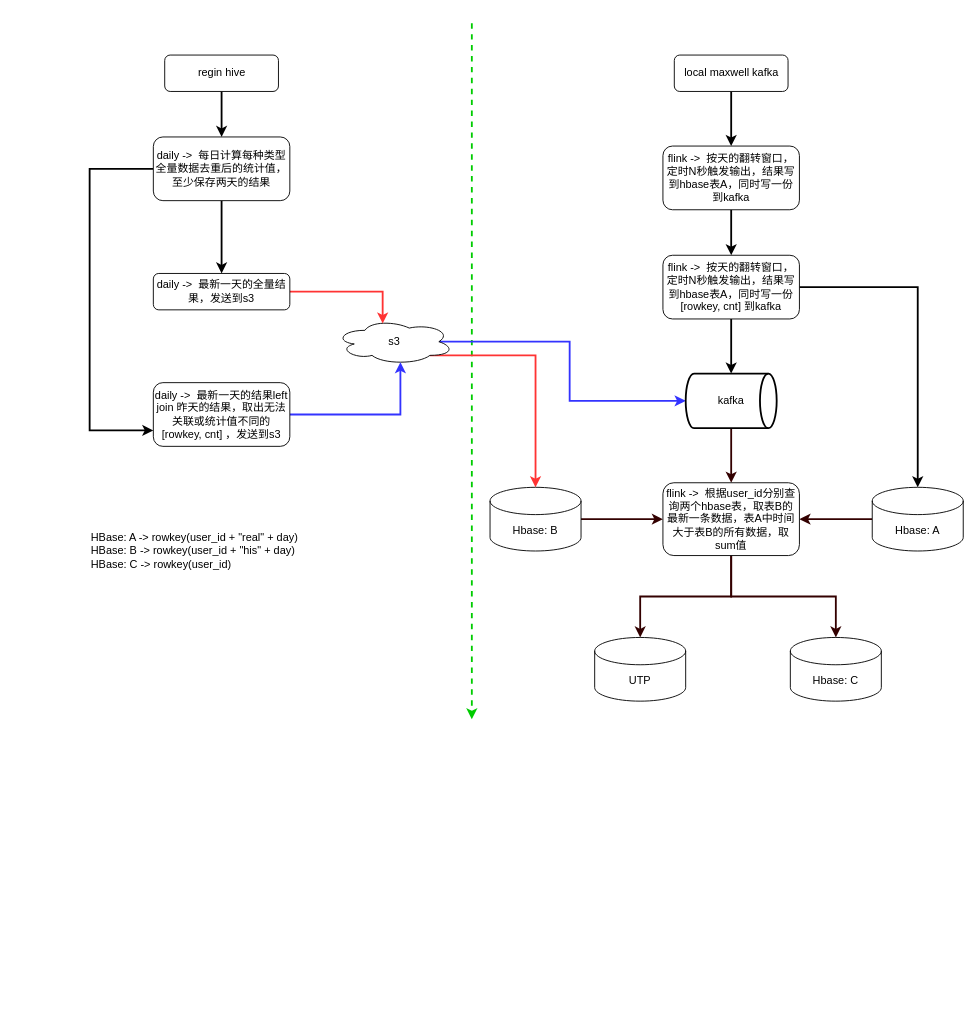
Above: 未命名绘图.drawio in LadyTao/flink-study (draw.io), before the change. Source tidied: cells renumbered, new cells numbered last; positions are measured from the earlier drawing's top-left corner, leaving out a move shared by most shapes. Both pictures are drawn from the tidied source at 91%, with x=0, y=0 at pixel (80, 23).
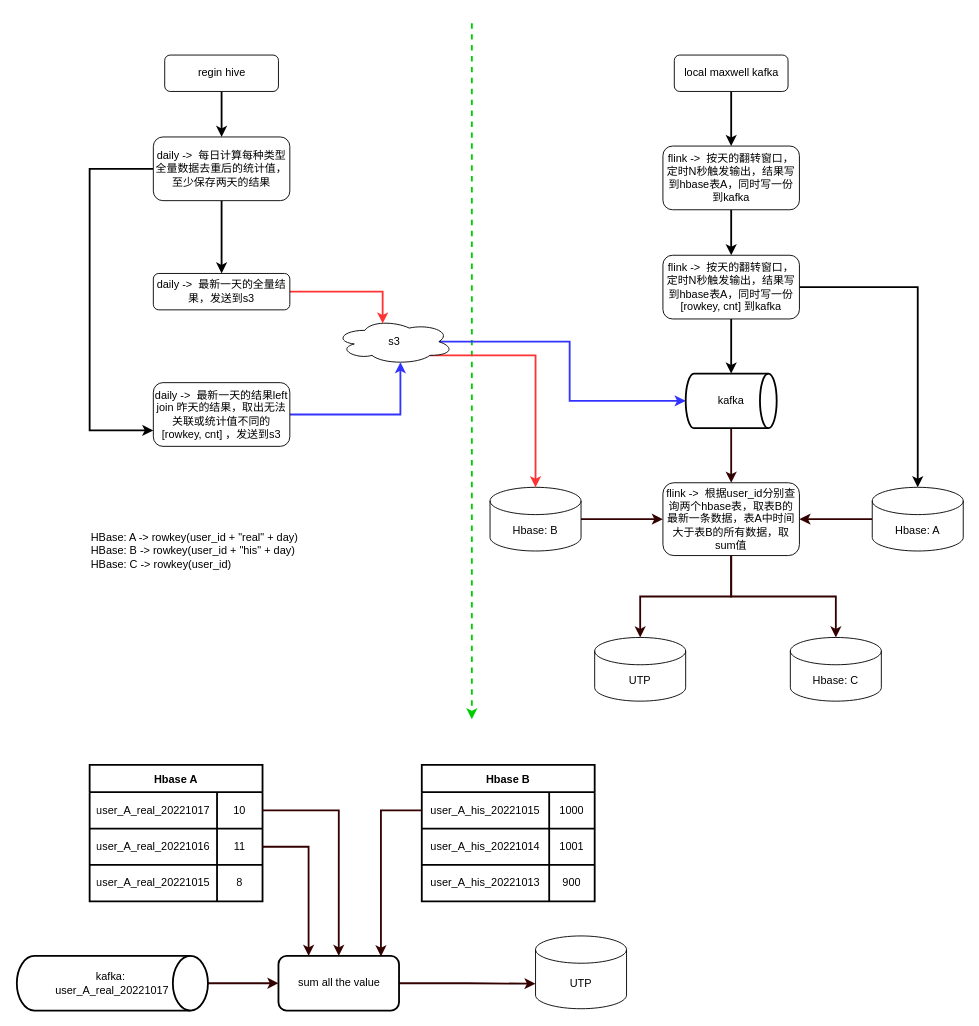
Above is the later version.

Commit message:
更新未命名绘图.drawio

What changed in the source:
```diff
@@
+    <mxCell id="34" value="Hbase A" style="shape=table;startSize=30;childLayout=tableLayout;fontStyle=1;align=center;strokeWidth=2;" parent="1" vertex="1">
+      <mxGeometry x="10" y="815" width="190" height="150" as="geometry" />
+    </mxCell>
+    <mxCell id="35" style="shape=tableRow;horizontal=0;startSize=0;swimlaneHead=0;swimlaneBody=0;top=0;left=0;bottom=0;right=0;fillColor=none;points=[[0,0.5],[1,0.5]];portConstraint=eastwest;strokeWidth=2;" parent="34" vertex="1">
+      <mxGeometry y="30" width="190" height="40" as="geometry" />
+    </mxCell>
+    <mxCell id="36" value="user_A_real_20221017" style="shape=partialRectangle;html=1;whiteSpace=wrap;fillColor=none;top=0;left=0;bottom=0;right=0;overflow=hidden;strokeWidth=2;" parent="35" vertex="1">
+      <mxGeometry width="140" height="40" as="geometry" />
+    </mxCell>
+    <mxCell id="37" value="10" style="shape=partialRectangle;html=1;whiteSpace=wrap;fillColor=none;top=0;left=0;bottom=0;right=0;overflow=hidden;strokeWidth=2;" parent="35" vertex="1">
+      <mxGeometry x="140" width="50" height="40" as="geometry" />
+    </mxCell>
+    <mxCell id="38" style="shape=tableRow;horizontal=0;startSize=0;swimlaneHead=0;swimlaneBody=0;top=0;left=0;bottom=0;right=0;fillColor=none;points=[[0,0.5],[1,0.5]];portConstraint=eastwest;strokeWidth=2;" parent="34" vertex="1">
+      <mxGeometry y="70" width="190" height="40" as="geometry" />
+    </mxCell>
+    <mxCell id="39" value="user_A_real_20221016" style="shape=partialRectangle;html=1;whiteSpace=wrap;fillColor=none;top=0;left=0;bottom=0;right=0;overflow=hidden;strokeWidth=2;" parent="38" vertex="1">
+      <mxGeometry width="140" height="40" as="geometry" />
+    </mxCell>
+    <mxCell id="40" value="11" style="shape=partialRectangle;html=1;whiteSpace=wrap;fillColor=none;top=0;left=0;bottom=0;right=0;overflow=hidden;strokeWidth=2;" parent="38" vertex="1">
+      <mxGeometry x="140" width="50" height="40" as="geometry" />
+    </mxCell>
+    <mxCell id="41" style="shape=tableRow;horizontal=0;startSize=0;swimlaneHead=0;swimlaneBody=0;top=0;left=0;bottom=0;right=0;fillColor=none;strokeWidth=2;" parent="34" vertex="1">
+      <mxGeometry y="110" width="190" height="40" as="geometry" />
+    </mxCell>
+    <mxCell id="42" value="user_A_real_20221015" style="shape=partialRectangle;html=1;whiteSpace=wrap;fillColor=none;top=0;left=0;bottom=0;right=0;overflow=hidden;strokeWidth=2;" parent="41" vertex="1">
+      <mxGeometry width="140" height="40" as="geometry" />
+    </mxCell>
+    <mxCell id="43" value="8" style="shape=partialRectangle;html=1;whiteSpace=wrap;fillColor=none;top=0;left=0;bottom=0;right=0;overflow=hidden;strokeWidth=2;" parent="41" vertex="1">
+      <mxGeometry x="140" width="50" height="40" as="geometry" />
+    </mxCell>
+    <mxCell id="44" style="edgeStyle=orthogonalEdgeStyle;rounded=0;orthogonalLoop=1;jettySize=auto;html=1;exitX=1;exitY=0.5;exitDx=0;exitDy=0;dashed=1;strokeColor=#00CC00;strokeWidth=2;" parent="34" edge="1" source="38" target="38">
+      <mxGeometry relative="1" as="geometry" />
+    </mxCell>
+    <mxCell id="45" value="Hbase B" style="shape=table;startSize=30;childLayout=tableLayout;fontStyle=1;align=center;strokeWidth=2;" parent="1" vertex="1">
+      <mxGeometry x="375" y="815" width="190" height="150" as="geometry" />
+    </mxCell>
+    <mxCell id="46" style="shape=tableRow;horizontal=0;startSize=0;swimlaneHead=0;swimlaneBody=0;top=0;left=0;bottom=0;right=0;fillColor=none;points=[[0,0.5],[1,0.5]];portConstraint=eastwest;strokeWidth=2;" parent="45" vertex="1">
+      <mxGeometry y="30" width="190" height="40" as="geometry" />
+    </mxCell>
+    <mxCell id="47" value="user_A_his_20221015" style="shape=partialRectangle;html=1;whiteSpace=wrap;fillColor=none;top=0;left=0;bottom=0;right=0;overflow=hidden;strokeWidth=2;" parent="46" vertex="1">
+      <mxGeometry width="140" height="40" as="geometry" />
+    </mxCell>
+    <mxCell id="48" value="1000" style="shape=partialRectangle;html=1;whiteSpace=wrap;fillColor=none;top=0;left=0;bottom=0;right=0;overflow=hidden;strokeWidth=2;" parent="46" vertex="1">
+      <mxGeometry x="140" width="50" height="40" as="geometry" />
+    </mxCell>
+    <mxCell id="49" style="shape=tableRow;horizontal=0;startSize=0;swimlaneHead=0;swimlaneBody=0;top=0;left=0;bottom=0;right=0;fillColor=none;points=[[0,0.5],[1,0.5]];portConstraint=eastwest;strokeWidth=2;" parent="45" vertex="1">
+      <mxGeometry y="70" width="190" height="40" as="geometry" />
+    </mxCell>
+    <mxCell id="50" value="user_A_his_20221014" style="shape=partialRectangle;html=1;whiteSpace=wrap;fillColor=none;top=0;left=0;bottom=0;right=0;overflow=hidden;strokeWidth=2;" parent="49" vertex="1">
+      <mxGeometry width="140" height="40" as="geometry" />
+    </mxCell>
+    <mxCell id="51" value="1001" style="shape=partialRectangle;html=1;whiteSpace=wrap;fillColor=none;top=0;left=0;bottom=0;right=0;overflow=hidden;strokeWidth=2;" parent="49" vertex="1">
+      <mxGeometry x="140" width="50" height="40" as="geometry" />
+    </mxCell>
+    <mxCell id="52" style="shape=tableRow;horizontal=0;startSize=0;swimlaneHead=0;swimlaneBody=0;top=0;left=0;bottom=0;right=0;fillColor=none;strokeWidth=2;" parent="45" vertex="1">
+      <mxGeometry y="110" width="190" height="40" as="geometry" />
+    </mxCell>
+    <mxCell id="53" value="user_A_his_20221013" style="shape=partialRectangle;html=1;whiteSpace=wrap;fillColor=none;top=0;left=0;bottom=0;right=0;overflow=hidden;strokeWidth=2;" parent="52" vertex="1">
+      <mxGeometry width="140" height="40" as="geometry" />
+    </mxCell>
+    <mxCell id="54" value="900" style="shape=partialRectangle;html=1;whiteSpace=wrap;fillColor=none;top=0;left=0;bottom=0;right=0;overflow=hidden;strokeWidth=2;" parent="52" vertex="1">
+      <mxGeometry x="140" width="50" height="40" as="geometry" />
+    </mxCell>
+    <mxCell id="55" style="edgeStyle=orthogonalEdgeStyle;rounded=0;orthogonalLoop=1;jettySize=auto;html=1;exitX=1;exitY=0.5;exitDx=0;exitDy=0;dashed=1;strokeColor=#00CC00;strokeWidth=2;" parent="45" edge="1" source="49" target="49">
+      <mxGeometry relative="1" as="geometry" />
+    </mxCell>
+    <mxCell id="56" style="edgeStyle=orthogonalEdgeStyle;rounded=0;jettySize=auto;html=1;exitX=1;exitY=0.5;exitDx=0;exitDy=0;entryX=0;entryY=0;entryDx=0;entryDy=52.5;entryPerimeter=0;strokeColor=#330000;strokeWidth=2;" parent="1" edge="1" source="57" target="63">
+      <mxGeometry relative="1" as="geometry" />
+    </mxCell>
+    <mxCell id="57" value="sum all the value" style="rounded=1;whiteSpace=wrap;html=1;strokeWidth=2;" parent="1" vertex="1">
+      <mxGeometry x="217.5" y="1025" width="132.5" height="60" as="geometry" />
+    </mxCell>
+    <mxCell id="58" style="edgeStyle=orthogonalEdgeStyle;rounded=0;jettySize=auto;html=1;exitX=0;exitY=0.5;exitDx=0;exitDy=0;entryX=0.85;entryY=0.008;entryDx=0;entryDy=0;entryPerimeter=0;strokeColor=#330000;strokeWidth=2;" parent="1" edge="1" source="46" target="57">
+      <mxGeometry relative="1" as="geometry" />
+    </mxCell>
+    <mxCell id="59" style="edgeStyle=orthogonalEdgeStyle;rounded=0;jettySize=auto;html=1;exitX=1;exitY=0.5;exitDx=0;exitDy=0;entryX=0.25;entryY=0;entryDx=0;entryDy=0;strokeColor=#330000;strokeWidth=2;" parent="1" edge="1" source="38" target="57">
+      <mxGeometry relative="1" as="geometry" />
+    </mxCell>
+    <mxCell id="60" style="edgeStyle=orthogonalEdgeStyle;rounded=0;jettySize=auto;html=1;exitX=1;exitY=0.5;exitDx=0;exitDy=0;entryX=0.5;entryY=0;entryDx=0;entryDy=0;strokeColor=#330000;strokeWidth=2;" parent="1" edge="1" source="35" target="57">
+      <mxGeometry relative="1" as="geometry" />
+    </mxCell>
+    <mxCell id="61" style="edgeStyle=orthogonalEdgeStyle;rounded=0;jettySize=auto;html=1;exitX=1;exitY=0.5;exitDx=0;exitDy=0;exitPerimeter=0;entryX=0;entryY=0.5;entryDx=0;entryDy=0;strokeColor=#330000;strokeWidth=2;" parent="1" edge="1" source="62" target="57">
+      <mxGeometry relative="1" as="geometry" />
+    </mxCell>
+    <mxCell id="62" value="kafka:&amp;nbsp;&lt;br&gt;user_A_real_20221017" style="strokeWidth=2;html=1;shape=mxgraph.flowchart.direct_data;whiteSpace=wrap;align=center;" parent="1" vertex="1">
+      <mxGeometry x="-70" y="1025" width="210" height="60" as="geometry" />
+    </mxCell>
+    <mxCell id="63" value="UTP" style="shape=cylinder3;whiteSpace=wrap;html=1;boundedLbl=1;backgroundOutline=1;size=15;" parent="1" vertex="1">
+      <mxGeometry x="500" y="1003" width="100" height="80" as="geometry" />
+    </mxCell>
```
